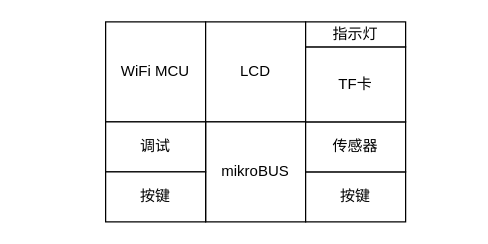
xusiwei/pic keeps this draw.io diagram as draft-dk.drawio. Above is the earlier version. Source tidied: cells renumbered, new cells numbered last; positions are measured from the earlier drawing's top-left corner, leaving out a move shared by most shapes. Both pictures are drawn from the tidied source at 125%, with x=0, y=0 at pixel (105, 21).
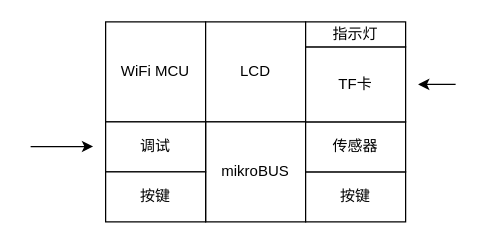
The same diagram, later.

Diff of the diagram source:
```diff
@@
 <mxGraphModel>
   <root>
     <mxCell id="0" />
     <mxCell id="1" parent="0" />
     <mxCell id="2" value="WiFi MCU" style="whiteSpace=wrap;html=1;" parent="1" vertex="1">
       <mxGeometry width="80" height="80" as="geometry" />
     </mxCell>
     <mxCell id="3" value="LCD" style="whiteSpace=wrap;html=1;" parent="1" vertex="1">
       <mxGeometry x="80" width="80" height="80" as="geometry" />
     </mxCell>
     <mxCell id="4" value="mikroBUS" style="whiteSpace=wrap;html=1;" parent="1" vertex="1">
       <mxGeometry x="80" y="80" width="80" height="80" as="geometry" />
     </mxCell>
     <mxCell id="5" value="按键" style="rounded=0;whiteSpace=wrap;html=1;" parent="1" vertex="1">
       <mxGeometry x="160" y="120" width="80" height="40" as="geometry" />
     </mxCell>
     <mxCell id="6" value="传感器" style="rounded=0;whiteSpace=wrap;html=1;" parent="1" vertex="1">
       <mxGeometry x="160" y="80" width="80" height="40" as="geometry" />
     </mxCell>
     <mxCell id="7" value="调试" style="rounded=0;whiteSpace=wrap;html=1;" parent="1" vertex="1">
       <mxGeometry y="80" width="80" height="40" as="geometry" />
     </mxCell>
     <mxCell id="8" value="按键" style="rounded=0;whiteSpace=wrap;html=1;" parent="1" vertex="1">
       <mxGeometry y="120" width="80" height="40" as="geometry" />
     </mxCell>
     <mxCell id="9" value="TF卡" style="rounded=0;whiteSpace=wrap;html=1;" parent="1" vertex="1">
       <mxGeometry x="160" y="20" width="80" height="60" as="geometry" />
     </mxCell>
     <mxCell id="10" value="指示灯" style="rounded=0;whiteSpace=wrap;html=1;" parent="1" vertex="1">
       <mxGeometry x="160" width="80" height="20" as="geometry" />
     </mxCell>
+    <mxCell id="11" style="endArrow=classic;html=1;rounded=0;" parent="1" edge="1">
+      <mxGeometry relative="1" as="geometry">
+        <mxPoint x="280" y="50" as="sourcePoint" />
+        <mxPoint x="250" y="50" as="targetPoint" />
+      </mxGeometry>
+    </mxCell>
+    <mxCell id="12" style="endArrow=classic;html=1;rounded=0;" parent="1" edge="1">
+      <mxGeometry relative="1" as="geometry">
+        <mxPoint x="-60" y="99.7" as="sourcePoint" />
+        <mxPoint x="-10" y="99.7" as="targetPoint" />
+      </mxGeometry>
+    </mxCell>
   </root>
 </mxGraphModel>
```
